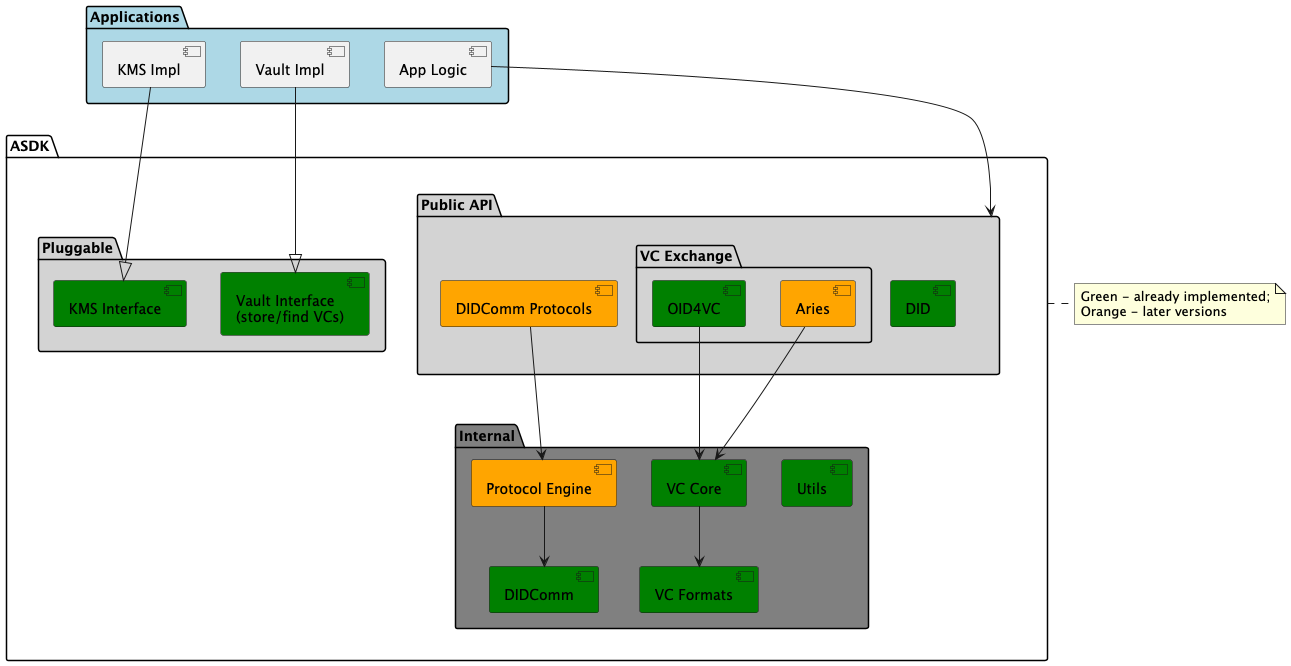
This is docs/api-tiers.png from equs-ai/equs-credentials-sdk, a PlantUML export, as it was before one commit.
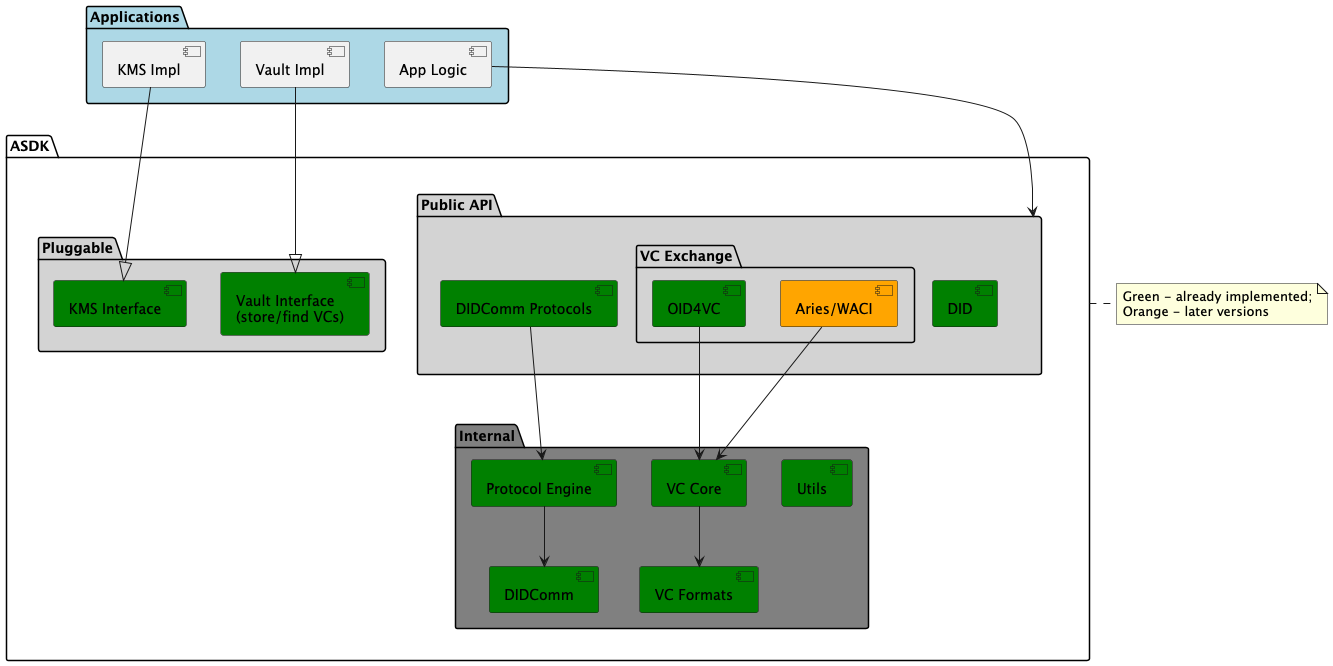
After the change.

What changed in the source:
```diff
@@ -16,9 +16,9 @@
     package "Public API" as API #LightGray {
          package "VC Exchange" as VC1 {
             [OID4VC] as VCOID #Green
-            [Aries] as Aries #Orange
+            [Aries/WACI] as AriesWACI #Orange
          }
-         [DIDComm Protocols] as DIDCommP #Orange
+         [DIDComm Protocols] as DIDCommP #Green
 
          [DID] as DID #Green
     }
@@ -29,7 +29,7 @@
         [VC Formats] as VCF #Green
         VCCore --> VCF
 
-        [Protocol Engine] as PE #Orange
+        [Protocol Engine] as PE #Green
         [DIDComm] as DIDComm #Green
         [Utils] #Green
     }
@@ -37,7 +37,7 @@
 }
 
 VCOID ---> VCCore
-Aries ---> VCCore
+AriesWACI ---> VCCore
 DIDCommP ---> PE
 PE --> DIDComm
 
```
